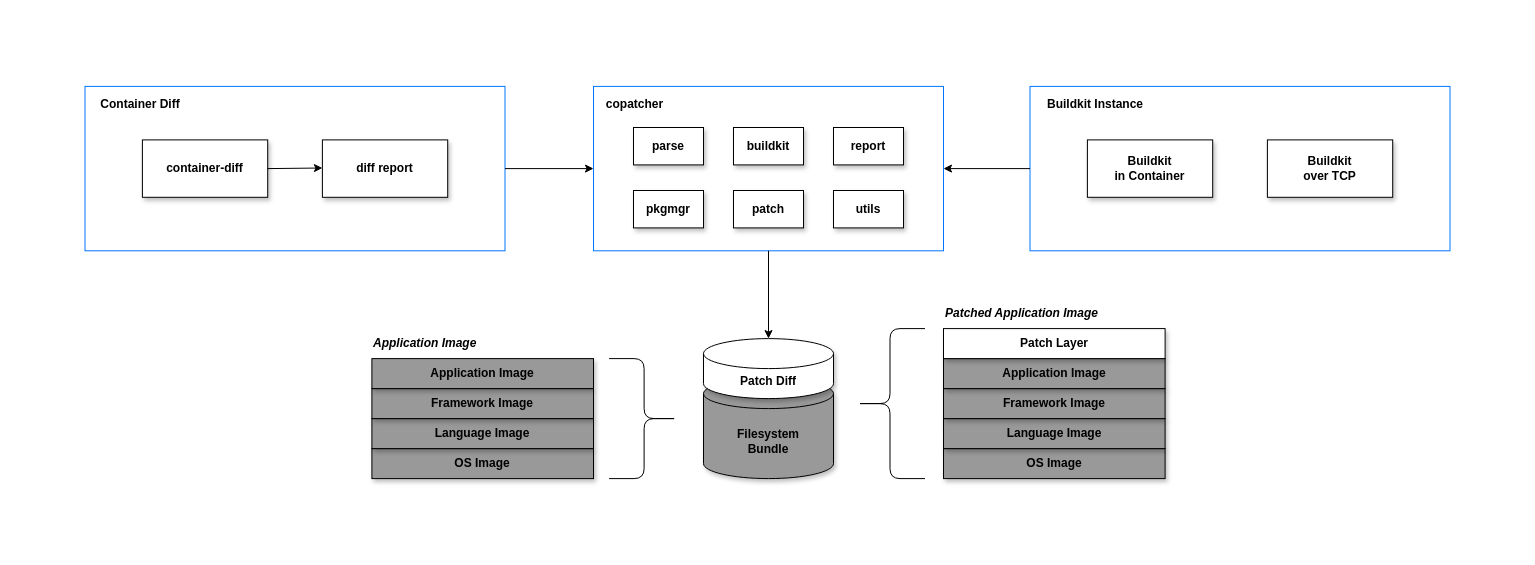
Earlier version of the draw.io diagram design.drawio (craftslab/copatcher). Source tidied: cells renumbered, new cells numbered last; positions are measured from the earlier drawing's top-left corner, leaving out a move shared by most shapes. Both pictures are drawn from the tidied source at 100%, with x=0, y=0 at pixel (17, 17).
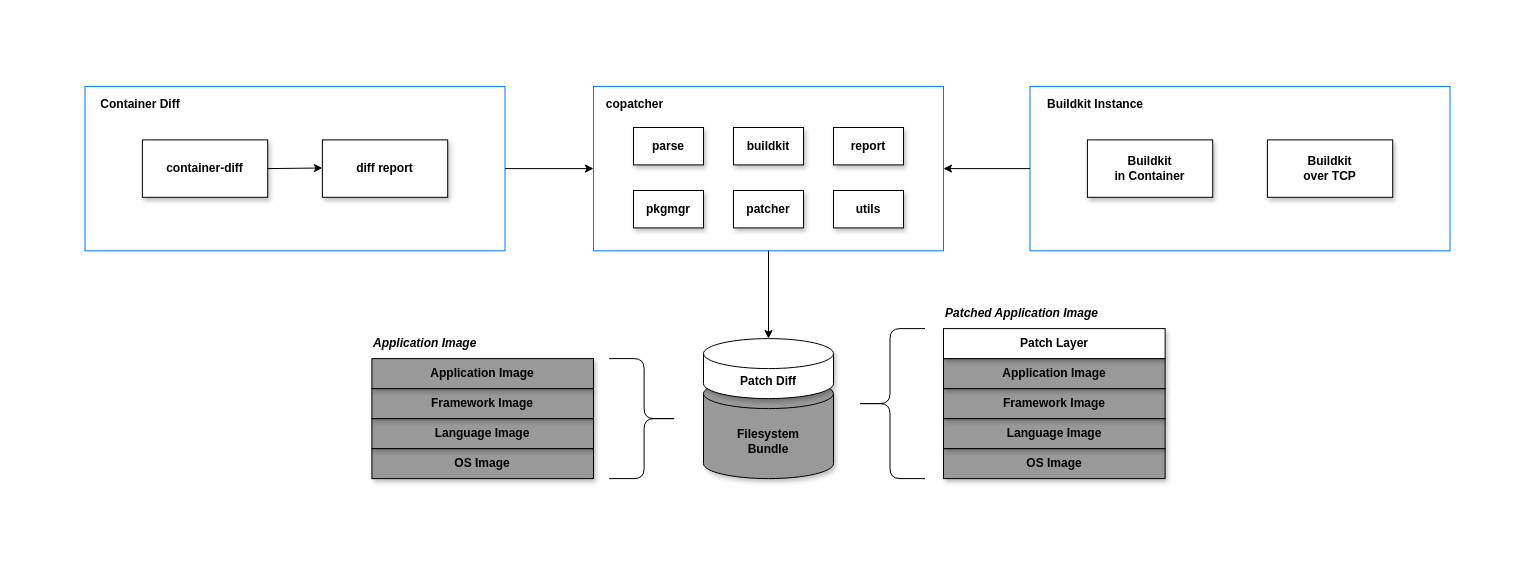
Above is the later version.

What changed in the source:
```diff
@@
-    <mxCell id="30" value="&lt;b&gt;&lt;font&gt;patch&lt;/font&gt;&lt;/b&gt;" style="rounded=0;whiteSpace=wrap;html=1;strokeColor=#000000;fillColor=#FFFFFF;shadow=1;fontColor=#000000;" parent="1" vertex="1">
+    <mxCell id="30" value="&lt;b&gt;&lt;font&gt;patcher&lt;/font&gt;&lt;/b&gt;" style="rounded=0;whiteSpace=wrap;html=1;strokeColor=#000000;fillColor=#FFFFFF;shadow=1;fontColor=#000000;" parent="1" vertex="1">
       <mxGeometry x="716" y="173" width="70" height="37.4" as="geometry" />
     </mxCell>
```
